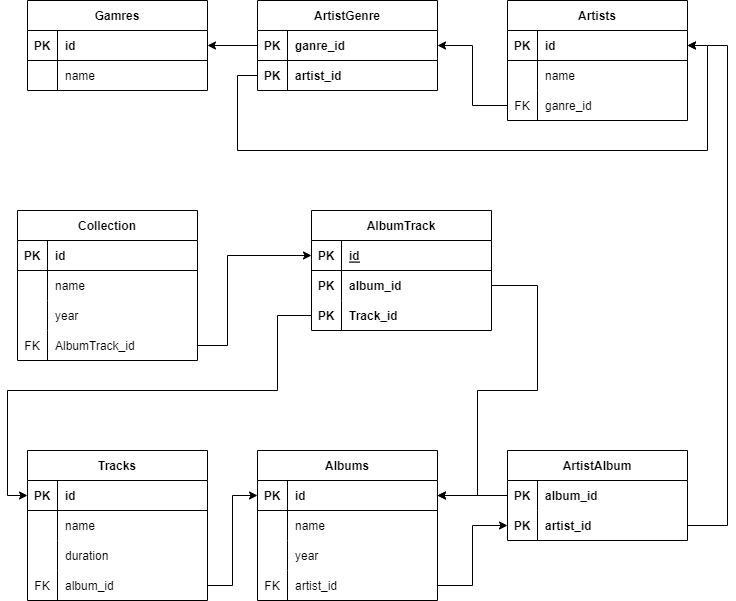
Above: Диаграмма без названия.drawio.png in VadimRoziznan/Work_with_SQL_creat_database (draw.io), before the change. Source tidied: cells renumbered, new cells last; positions are measured from the earlier drawing's top-left corner, leaving out a move shared by most shapes.
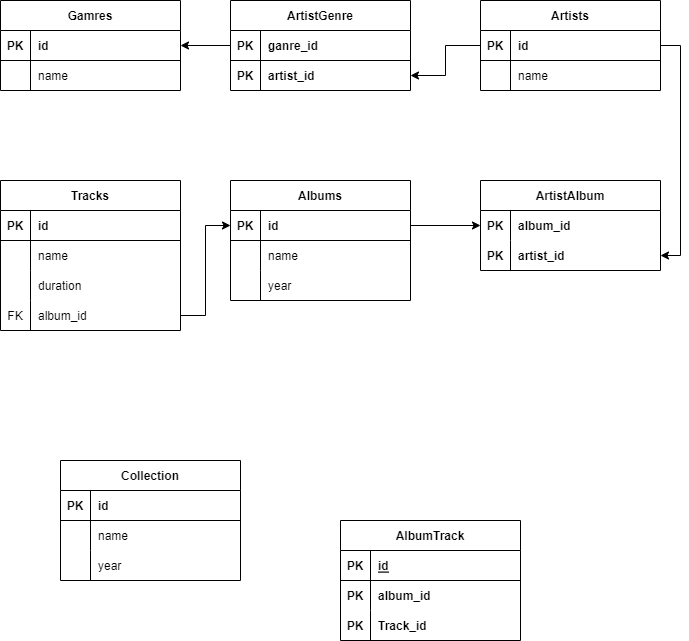
After the commit.

Change to the diagram source:
```diff
@@ -45,7 +45,7 @@
       <mxGeometry x="30" width="150" height="30" as="geometry" />
     </mxCell>
     <mxCell id="16" value="Artists" style="shape=table;startSize=30;rowLines=0;fontStyle=1;align=center;" parent="1" vertex="1">
-      <mxGeometry x="500" width="180" height="120" as="geometry" />
+      <mxGeometry x="500" width="180" height="90" as="geometry" />
     </mxCell>
     <mxCell id="17" style="shape=tableRow;horizontal=0;startSize=0;swimlaneHead=0;swimlaneBody=0;fillColor=none;points=[[0,0.5],[1,0.5]];portConstraint=eastwest;top=0;left=0;right=0;bottom=1;" parent="16" vertex="1">
       <mxGeometry y="30" width="180" height="30" as="geometry" />
@@ -65,20 +65,8 @@
     <mxCell id="22" value="name" style="shape=partialRectangle;fillColor=none;top=0;left=0;bottom=0;right=0;align=left;spacingLeft=6;overflow=hidden;" parent="20" vertex="1">
       <mxGeometry x="30" width="150" height="30" as="geometry" />
     </mxCell>
-    <mxCell id="23" style="shape=tableRow;horizontal=0;startSize=0;swimlaneHead=0;swimlaneBody=0;fillColor=none;points=[[0,0.5],[1,0.5]];portConstraint=eastwest;top=0;left=0;right=0;bottom=0;" parent="16" vertex="1">
-      <mxGeometry y="90" width="180" height="30" as="geometry" />
-    </mxCell>
-    <mxCell id="24" value="FK" style="shape=partialRectangle;fillColor=none;top=0;left=0;bottom=0;right=0;overflow=hidden;" parent="23" vertex="1">
-      <mxGeometry width="30" height="30" as="geometry" />
-    </mxCell>
-    <mxCell id="25" value="ganre_id" style="shape=partialRectangle;fillColor=none;top=0;left=0;bottom=0;right=0;align=left;spacingLeft=6;overflow=hidden;" parent="23" vertex="1">
-      <mxGeometry x="30" width="150" height="30" as="geometry" />
-    </mxCell>
-    <mxCell id="26" style="edgeStyle=orthogonalEdgeStyle;rounded=0;jettySize=auto;html=1;exitX=0;exitY=0.5;exitDx=0;exitDy=0;entryX=1;entryY=0.5;entryDx=0;entryDy=0;" parent="1" edge="1" source="10" target="3">
-      <mxGeometry relative="1" as="geometry" />
-    </mxCell>
     <mxCell id="27" value="Albums" style="shape=table;startSize=30;rowLines=0;fontStyle=1;align=center;" parent="1" vertex="1">
-      <mxGeometry x="250" y="450" width="180" height="150" as="geometry" />
+      <mxGeometry x="250" y="180" width="180" height="120" as="geometry" />
     </mxCell>
     <mxCell id="28" style="shape=tableRow;horizontal=0;startSize=0;swimlaneHead=0;swimlaneBody=0;fillColor=none;points=[[0,0.5],[1,0.5]];portConstraint=eastwest;top=0;left=0;right=0;bottom=1;" parent="27" vertex="1">
       <mxGeometry y="30" width="180" height="30" as="geometry" />
@@ -107,17 +95,8 @@
     <mxCell id="36" value="year" style="shape=partialRectangle;fillColor=none;top=0;left=0;bottom=0;right=0;align=left;spacingLeft=6;overflow=hidden;" parent="34" vertex="1">
       <mxGeometry x="30" width="150" height="30" as="geometry" />
     </mxCell>
-    <mxCell id="37" style="shape=tableRow;horizontal=0;startSize=0;swimlaneHead=0;swimlaneBody=0;fillColor=none;points=[[0,0.5],[1,0.5]];portConstraint=eastwest;top=0;left=0;right=0;bottom=0;" parent="27" vertex="1">
-      <mxGeometry y="120" width="180" height="30" as="geometry" />
-    </mxCell>
-    <mxCell id="38" value="FK" style="shape=partialRectangle;fillColor=none;top=0;left=0;bottom=0;right=0;overflow=hidden;" parent="37" vertex="1">
-      <mxGeometry width="30" height="30" as="geometry" />
-    </mxCell>
-    <mxCell id="39" value="artist_id" style="shape=partialRectangle;fillColor=none;top=0;left=0;bottom=0;right=0;align=left;spacingLeft=6;overflow=hidden;" parent="37" vertex="1">
-      <mxGeometry x="30" width="150" height="30" as="geometry" />
-    </mxCell>
     <mxCell id="40" value="ArtistAlbum" style="shape=table;startSize=30;rowLines=0;fontStyle=1;align=center;" parent="1" vertex="1">
-      <mxGeometry x="500" y="450" width="180" height="90" as="geometry" />
+      <mxGeometry x="500" y="180" width="180" height="90" as="geometry" />
     </mxCell>
     <mxCell id="41" style="shape=tableRow;horizontal=0;startSize=0;swimlaneHead=0;swimlaneBody=0;fillColor=none;points=[[0,0.5],[1,0.5]];portConstraint=eastwest;top=0;left=0;right=0;bottom=0;" parent="40" vertex="1">
       <mxGeometry y="30" width="180" height="30" as="geometry" />
@@ -137,19 +116,8 @@
     <mxCell id="46" value="artist_id" style="shape=partialRectangle;fillColor=none;top=0;left=0;bottom=0;right=0;align=left;spacingLeft=6;overflow=hidden;fontStyle=1;" parent="44" vertex="1">
       <mxGeometry x="30" width="150" height="30" as="geometry" />
     </mxCell>
-    <mxCell id="47" style="edgeStyle=orthogonalEdgeStyle;rounded=0;jettySize=auto;html=1;exitX=0;exitY=0.5;exitDx=0;exitDy=0;entryX=1;entryY=0.5;entryDx=0;entryDy=0;" parent="1" edge="1" source="41" target="28">
-      <mxGeometry relative="1" as="geometry" />
-    </mxCell>
-    <mxCell id="48" style="edgeStyle=orthogonalEdgeStyle;rounded=0;jettySize=auto;html=1;exitX=1;exitY=0.5;exitDx=0;exitDy=0;entryX=1;entryY=0.5;entryDx=0;entryDy=0;" parent="1" edge="1" source="44" target="17">
-      <mxGeometry relative="1" as="geometry">
-        <Array as="points">
-          <mxPoint x="720" y="525" />
-          <mxPoint x="720" y="45" />
-        </Array>
-      </mxGeometry>
-    </mxCell>
     <mxCell id="49" value="Tracks" style="shape=table;startSize=30;rowLines=0;fontStyle=1;align=center;" parent="1" vertex="1">
-      <mxGeometry x="20" y="450" width="180" height="150" as="geometry" />
+      <mxGeometry x="20" y="180" width="180" height="150" as="geometry" />
     </mxCell>
     <mxCell id="50" style="shape=tableRow;horizontal=0;startSize=0;swimlaneHead=0;swimlaneBody=0;fillColor=none;points=[[0,0.5],[1,0.5]];portConstraint=eastwest;top=0;left=0;right=0;bottom=1;" parent="49" vertex="1">
       <mxGeometry y="30" width="180" height="30" as="geometry" />
@@ -187,27 +155,8 @@
     <mxCell id="61" value="album_id" style="shape=partialRectangle;fillColor=none;top=0;left=0;bottom=0;right=0;align=left;spacingLeft=6;overflow=hidden;" parent="59" vertex="1">
       <mxGeometry x="30" width="150" height="30" as="geometry" />
     </mxCell>
-    <mxCell id="62" style="edgeStyle=orthogonalEdgeStyle;rounded=0;jettySize=auto;html=1;exitX=1;exitY=0.5;exitDx=0;exitDy=0;entryX=0;entryY=0.5;entryDx=0;entryDy=0;" parent="1" edge="1" source="37" target="44">
-      <mxGeometry relative="1" as="geometry" />
-    </mxCell>
-    <mxCell id="63" style="edgeStyle=orthogonalEdgeStyle;rounded=0;jettySize=auto;html=1;exitX=0;exitY=0.5;exitDx=0;exitDy=0;entryX=1;entryY=0.5;entryDx=0;entryDy=0;" parent="1" edge="1" source="13" target="17">
-      <mxGeometry relative="1" as="geometry">
-        <Array as="points">
-          <mxPoint x="230" y="75" />
-          <mxPoint x="230" y="150" />
-          <mxPoint x="700" y="150" />
-          <mxPoint x="700" y="45" />
-        </Array>
-      </mxGeometry>
-    </mxCell>
-    <mxCell id="64" style="edgeStyle=orthogonalEdgeStyle;rounded=0;jettySize=auto;html=1;exitX=0;exitY=0.5;exitDx=0;exitDy=0;entryX=1;entryY=0.5;entryDx=0;entryDy=0;" parent="1" edge="1" source="23" target="10">
-      <mxGeometry relative="1" as="geometry" />
-    </mxCell>
-    <mxCell id="65" style="edgeStyle=orthogonalEdgeStyle;rounded=0;jettySize=auto;html=1;exitX=1;exitY=0.5;exitDx=0;exitDy=0;entryX=0;entryY=0.5;entryDx=0;entryDy=0;" parent="1" edge="1" source="59" target="28">
-      <mxGeometry relative="1" as="geometry" />
-    </mxCell>
     <mxCell id="66" value="Collection" style="shape=table;startSize=30;rowLines=0;fontStyle=1;align=center;" parent="1" vertex="1">
-      <mxGeometry x="10" y="210" width="180" height="150" as="geometry" />
+      <mxGeometry x="80" y="460" width="180" height="120" as="geometry" />
     </mxCell>
     <mxCell id="67" style="shape=tableRow;horizontal=0;startSize=0;swimlaneHead=0;swimlaneBody=0;fillColor=none;top=0;left=0;right=0;bottom=1;" parent="66" vertex="1">
       <mxGeometry y="30" width="180" height="30" as="geometry" />
@@ -236,17 +185,8 @@
     <mxCell id="75" value="year" style="shape=partialRectangle;fillColor=none;top=0;left=0;bottom=0;right=0;align=left;spacingLeft=6;overflow=hidden;" parent="73" vertex="1">
       <mxGeometry x="30" width="150" height="30" as="geometry" />
     </mxCell>
-    <mxCell id="76" style="shape=tableRow;horizontal=0;startSize=0;swimlaneHead=0;swimlaneBody=0;fillColor=none;points=[[0,0.5],[1,0.5]];portConstraint=eastwest;top=0;left=0;right=0;bottom=0;" parent="66" vertex="1">
-      <mxGeometry y="120" width="180" height="30" as="geometry" />
-    </mxCell>
-    <mxCell id="77" value="FK" style="shape=partialRectangle;fillColor=none;top=0;left=0;bottom=0;right=0;overflow=hidden;" parent="76" vertex="1">
-      <mxGeometry width="30" height="30" as="geometry" />
-    </mxCell>
-    <mxCell id="78" value="AlbumTrack_id" style="shape=partialRectangle;fillColor=none;top=0;left=0;bottom=0;right=0;align=left;spacingLeft=6;overflow=hidden;" parent="76" vertex="1">
-      <mxGeometry x="30" width="150" height="30" as="geometry" />
-    </mxCell>
     <mxCell id="79" value="AlbumTrack" style="shape=table;startSize=30;rowLines=0;fontStyle=1;align=center;" parent="1" vertex="1">
-      <mxGeometry x="304" y="210" width="180" height="120" as="geometry" />
+      <mxGeometry x="360" y="520" width="180" height="120" as="geometry" />
     </mxCell>
     <mxCell id="80" style="shape=tableRow;horizontal=0;startSize=0;swimlaneHead=0;swimlaneBody=0;fillColor=none;points=[[0,0.5],[1,0.5]];portConstraint=eastwest;top=0;left=0;right=0;bottom=1;" parent="79" vertex="1">
       <mxGeometry y="30" width="180" height="30" as="geometry" />
@@ -275,33 +215,20 @@
     <mxCell id="88" value="Track_id" style="shape=partialRectangle;fillColor=none;top=0;left=0;bottom=0;right=0;align=left;spacingLeft=6;overflow=hidden;fontStyle=1;" parent="86" vertex="1">
       <mxGeometry x="30" width="150" height="30" as="geometry" />
     </mxCell>
-    <mxCell id="89" style="edgeStyle=orthogonalEdgeStyle;rounded=0;jettySize=auto;html=1;exitX=0;exitY=0.5;exitDx=0;exitDy=0;entryX=0;entryY=0.5;entryDx=0;entryDy=0;" parent="1" edge="1" source="86" target="50">
-      <mxGeometry relative="1" as="geometry">
-        <Array as="points">
-          <mxPoint x="270" y="315" />
-          <mxPoint x="270" y="390" />
-          <mxPoint y="390" />
-          <mxPoint y="495" />
-        </Array>
-      </mxGeometry>
-    </mxCell>
-    <mxCell id="90" style="edgeStyle=orthogonalEdgeStyle;rounded=0;jettySize=auto;html=1;exitX=1;exitY=0.5;exitDx=0;exitDy=0;entryX=0;entryY=0.5;entryDx=0;entryDy=0;" parent="1" edge="1" source="76" target="80">
-      <mxGeometry relative="1" as="geometry">
-        <Array as="points">
-          <mxPoint x="220" y="345" />
-          <mxPoint x="220" y="255" />
-        </Array>
-      </mxGeometry>
-    </mxCell>
-    <mxCell id="91" style="edgeStyle=orthogonalEdgeStyle;rounded=0;jettySize=auto;html=1;exitX=1;exitY=0.5;exitDx=0;exitDy=0;entryX=1;entryY=0.5;entryDx=0;entryDy=0;" parent="1" edge="1" source="83" target="28">
-      <mxGeometry relative="1" as="geometry">
-        <Array as="points">
-          <mxPoint x="530" y="285" />
-          <mxPoint x="530" y="390" />
-          <mxPoint x="470" y="390" />
-          <mxPoint x="470" y="495" />
-        </Array>
-      </mxGeometry>
-    </mxCell>
+    <mxCell id="26" style="edgeStyle=orthogonalEdgeStyle;rounded=0;jettySize=auto;html=1;exitX=0;exitY=0.5;exitDx=0;exitDy=0;entryX=1;entryY=0.5;entryDx=0;entryDy=0;" parent="1" edge="1" source="10" target="3">
+      <mxGeometry relative="1" as="geometry" />
+    </mxCell>
+    <mxCell id="92" style="edgeStyle=orthogonalEdgeStyle;rounded=0;jettySize=auto;html=1;exitX=0;exitY=0.5;exitDx=0;exitDy=0;entryX=1;entryY=0.5;entryDx=0;entryDy=0;" parent="1" edge="1" source="17" target="13">
+      <mxGeometry relative="1" as="geometry" />
+    </mxCell>
+    <mxCell id="93" style="edgeStyle=orthogonalEdgeStyle;rounded=0;jettySize=auto;html=1;exitX=1;exitY=0.5;exitDx=0;exitDy=0;entryX=1;entryY=0.5;entryDx=0;entryDy=0;" parent="1" edge="1" source="17" target="44">
+      <mxGeometry relative="1" as="geometry" />
+    </mxCell>
+    <mxCell id="94" style="edgeStyle=orthogonalEdgeStyle;rounded=0;jettySize=auto;html=1;exitX=1;exitY=0.5;exitDx=0;exitDy=0;entryX=0;entryY=0.5;entryDx=0;entryDy=0;" parent="1" edge="1" source="28" target="41">
+      <mxGeometry relative="1" as="geometry" />
+    </mxCell>
+    <mxCell id="65" style="edgeStyle=orthogonalEdgeStyle;rounded=0;jettySize=auto;html=1;exitX=1;exitY=0.5;exitDx=0;exitDy=0;entryX=0;entryY=0.5;entryDx=0;entryDy=0;" parent="1" edge="1" source="59" target="28">
+      <mxGeometry relative="1" as="geometry" />
+    </mxCell>
   </root>
 </mxGraphModel>
```
